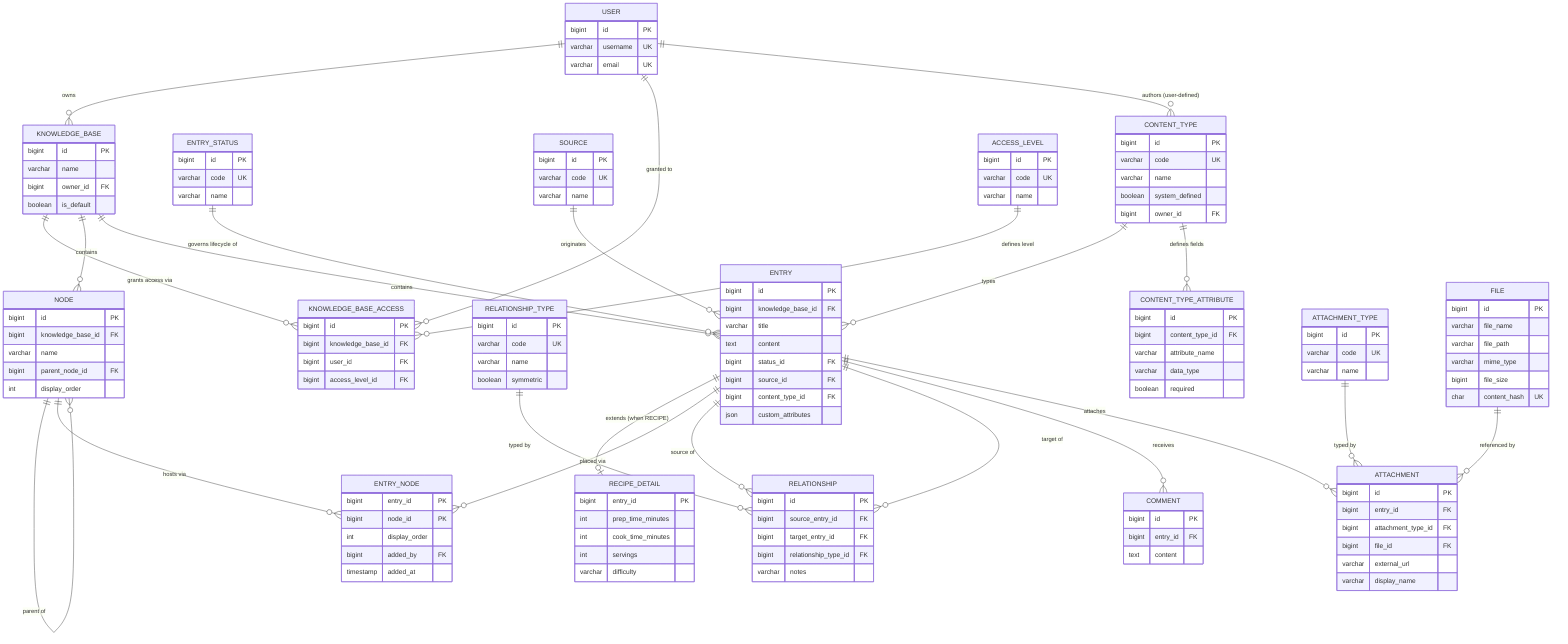
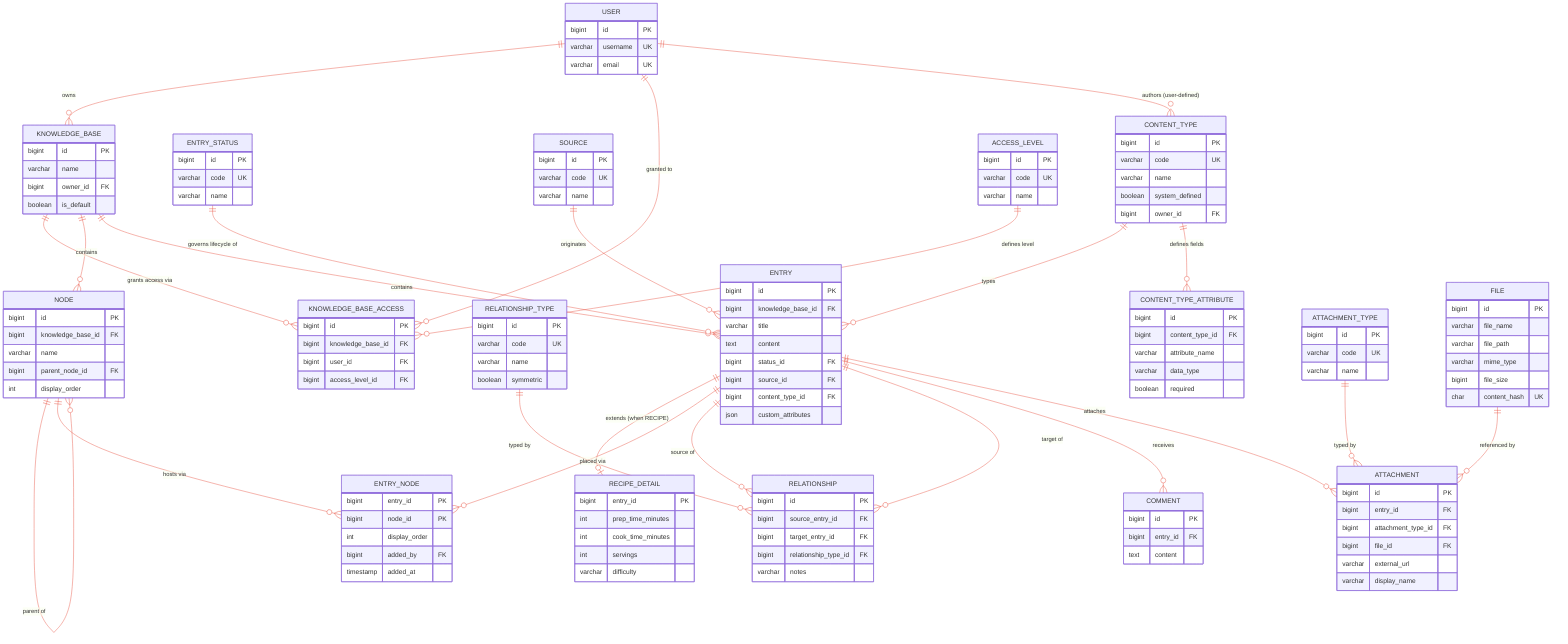
+ %%{init: {'themeVariables': { 'lineColor': '#e74c3c', 'relationLabelColor': '#e74c3c'}}}%%
erDiagram

    USER {
        bigint id PK
        varchar username UK
        varchar email UK
    }

    KNOWLEDGE_BASE {
        bigint id PK
        varchar name
        bigint owner_id FK
        boolean is_default
    }

    NODE {
        bigint id PK
        bigint knowledge_base_id FK
        varchar name
        bigint parent_node_id FK
        int display_order
    }

    ENTRY {
        bigint id PK
        bigint knowledge_base_id FK
        varchar title
        text content
        bigint status_id FK
        bigint source_id FK
        bigint content_type_id FK
        json custom_attributes
    }

    ENTRY_NODE {
        bigint entry_id PK
        bigint node_id PK
        int display_order
        bigint added_by FK
        timestamp added_at
    }

    RECIPE_DETAIL {
        bigint entry_id PK
        int prep_time_minutes
        int cook_time_minutes
        int servings
        varchar difficulty
    }

    RELATIONSHIP {
        bigint id PK
        bigint source_entry_id FK
        bigint target_entry_id FK
        bigint relationship_type_id FK
        varchar notes
    }

    RELATIONSHIP_TYPE {
        bigint id PK
        varchar code UK
        varchar name
        boolean symmetric
    }

    ENTRY_STATUS {
        bigint id PK
        varchar code UK
        varchar name
    }

    SOURCE {
        bigint id PK
        varchar code UK
        varchar name
    }

    CONTENT_TYPE {
        bigint id PK
        varchar code UK
        varchar name
        boolean system_defined
        bigint owner_id FK
    }

    CONTENT_TYPE_ATTRIBUTE {
        bigint id PK
        bigint content_type_id FK
        varchar attribute_name
        varchar data_type
        boolean required
    }

    ACCESS_LEVEL {
        bigint id PK
        varchar code UK
        varchar name
    }

    KNOWLEDGE_BASE_ACCESS {
        bigint id PK
        bigint knowledge_base_id FK
        bigint user_id FK
        bigint access_level_id FK
    }

    COMMENT {
        bigint id PK
        bigint entry_id FK
        text content
    }

    ATTACHMENT {
        bigint id PK
        bigint entry_id FK
        bigint attachment_type_id FK
        bigint file_id FK
        varchar external_url
        varchar display_name
    }

    ATTACHMENT_TYPE {
        bigint id PK
        varchar code UK
        varchar name
    }

    FILE {
        bigint id PK
        varchar file_name
        varchar file_path
        varchar mime_type
        bigint file_size
        char content_hash UK
    }

    %% --- Ownership / access ---
    USER ||--o{ KNOWLEDGE_BASE : "owns"
    USER ||--o{ KNOWLEDGE_BASE_ACCESS : "granted to"
    KNOWLEDGE_BASE ||--o{ KNOWLEDGE_BASE_ACCESS : "grants access via"
    ACCESS_LEVEL ||--o{ KNOWLEDGE_BASE_ACCESS : "defines level"

    %% --- Tree structure ---
    KNOWLEDGE_BASE ||--o{ NODE : "contains"
    NODE ||--o{ NODE : "parent of"

    %% --- Entries ---
    KNOWLEDGE_BASE ||--o{ ENTRY : "contains"
    ENTRY_STATUS ||--o{ ENTRY : "governs lifecycle of"
    SOURCE ||--o{ ENTRY : "originates"
    CONTENT_TYPE ||--o{ ENTRY : "types"
    ENTRY ||--o| RECIPE_DETAIL : "extends (when RECIPE)"

    %% --- Entry <-> Node placement (ADR-0007) ---
    ENTRY ||--o{ ENTRY_NODE : "placed via"
    NODE ||--o{ ENTRY_NODE : "hosts via"

    %% --- Content Type system (two-tier) ---
    CONTENT_TYPE ||--o{ CONTENT_TYPE_ATTRIBUTE : "defines fields"
    USER ||--o{ CONTENT_TYPE : "authors (user-defined)"

    %% --- Knowledge graph ---
    ENTRY ||--o{ RELATIONSHIP : "source of"
    ENTRY ||--o{ RELATIONSHIP : "target of"
    RELATIONSHIP_TYPE ||--o{ RELATIONSHIP : "typed by"

    %% --- Collaboration layer (ADR-0008) ---
    ENTRY ||--o{ COMMENT : "receives"
    ENTRY ||--o{ ATTACHMENT : "attaches"
    ATTACHMENT_TYPE ||--o{ ATTACHMENT : "typed by"
    FILE ||--o{ ATTACHMENT : "referenced by"
